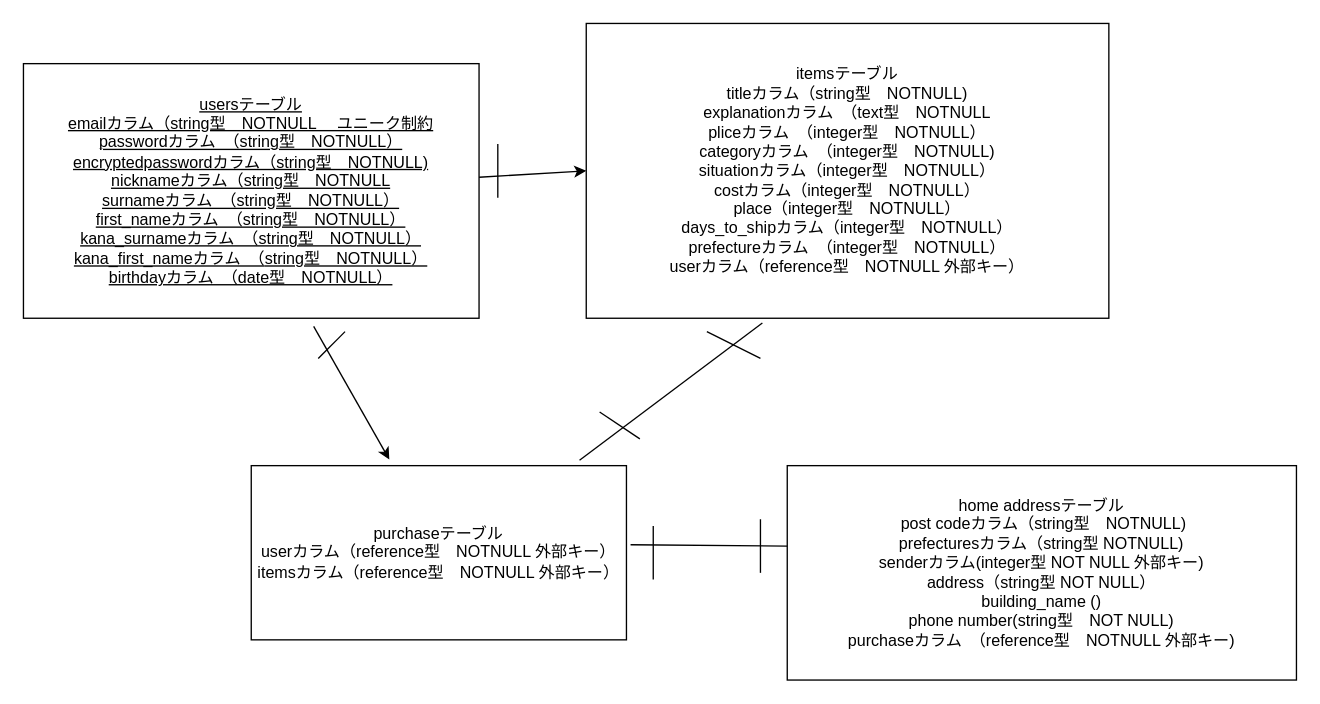
Before: test.dio in abe227/furima-38620, a draw.io diagram. Source tidied: cells renumbered, new cells numbered last; positions are measured from the earlier drawing's top-left corner, leaving out a move shared by most shapes. Both pictures are drawn from the tidied source at 134%, with x=0, y=0 at pixel (23, 23).
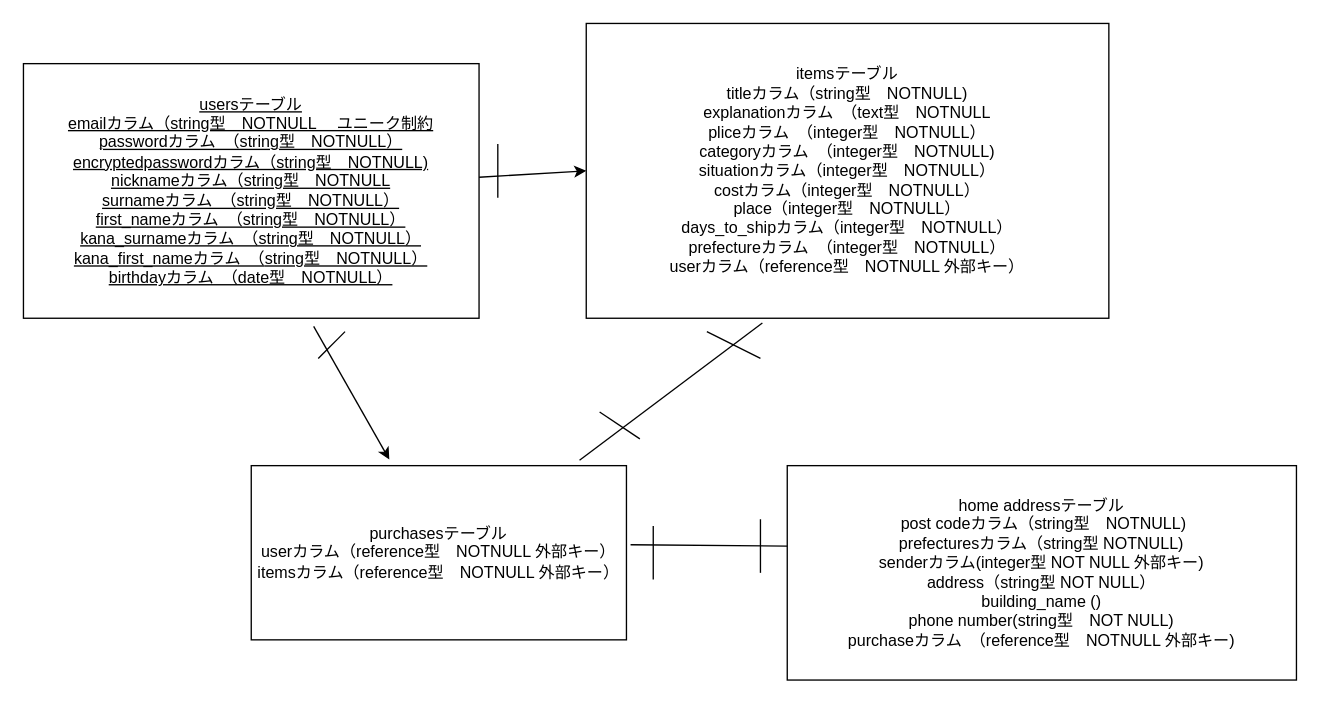
After the change.

The edit, as a diff of the source:
```diff
@@
-    <mxCell id="5" value="&lt;span&gt;purchaseテーブル&lt;/span&gt;&lt;br&gt;&lt;span&gt;userカラム（reference型　NOTNULL 外部キー）&lt;/span&gt;&lt;br&gt;&lt;span&gt;itemsカラム（reference型　NOTNULL 外部キー）&lt;/span&gt;" style="rounded=0;whiteSpace=wrap;html=1;" parent="1" vertex="1">
+    <mxCell id="5" value="&lt;span&gt;purchasesテーブル&lt;/span&gt;&lt;br&gt;&lt;span&gt;userカラム（reference型　NOTNULL 外部キー）&lt;/span&gt;&lt;br&gt;&lt;span&gt;itemsカラム（reference型　NOTNULL 外部キー）&lt;/span&gt;" style="rounded=0;whiteSpace=wrap;html=1;" parent="1" vertex="1">
       <mxGeometry x="170" y="330" width="280" height="130" as="geometry" />
     </mxCell>
```
